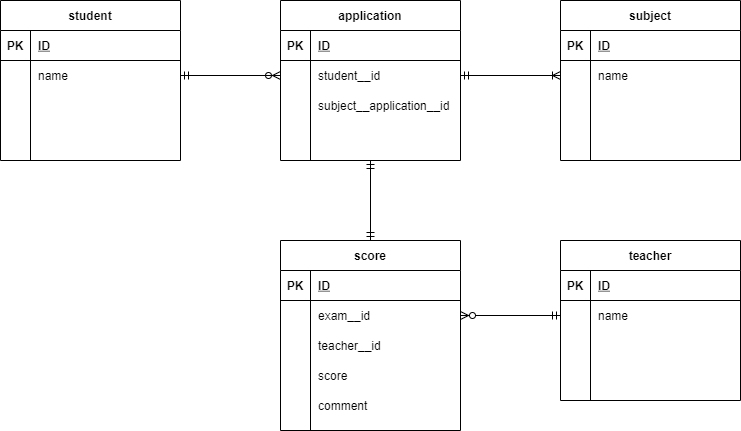
Before: index.drawio.png, a diagram exported from draw.io (Tommy-maple/Database). Source tidied: cells renumbered, new cells last; positions are measured from the earlier drawing's top-left corner, leaving out a move shared by most shapes.
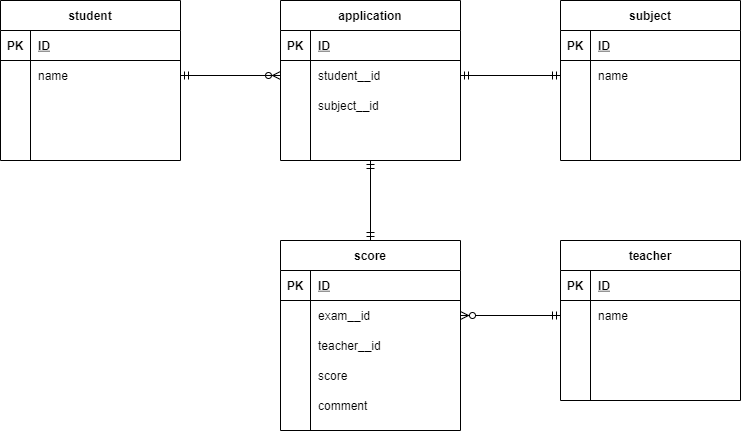
After the change.

Diff of the diagram source:
```diff
@@ -73,7 +73,7 @@
     <mxCell id="24" style="shape=partialRectangle;fillColor=none;top=0;left=0;bottom=0;right=0;overflow=hidden;" parent="23" vertex="1">
       <mxGeometry width="30" height="30" as="geometry" />
     </mxCell>
-    <mxCell id="25" value="subject__application__id" style="shape=partialRectangle;fillColor=none;top=0;left=0;bottom=0;right=0;align=left;spacingLeft=6;overflow=hidden;" parent="23" vertex="1">
+    <mxCell id="25" value="subject__id" style="shape=partialRectangle;fillColor=none;top=0;left=0;bottom=0;right=0;align=left;spacingLeft=6;overflow=hidden;" parent="23" vertex="1">
       <mxGeometry x="30" width="150" height="30" as="geometry" />
     </mxCell>
     <mxCell id="26" style="shape=partialRectangle;fillColor=none;top=0;left=0;bottom=0;right=0;" parent="16" vertex="1">
@@ -233,7 +233,7 @@
     <mxCell id="76" style="edgeStyle=orthogonalEdgeStyle;rounded=0;jettySize=auto;html=1;endArrow=ERmandOne;endFill=0;exitX=0;exitY=0.5;exitDx=0;exitDy=0;" parent="1" edge="1" source="65" target="20">
       <mxGeometry relative="1" as="geometry" />
     </mxCell>
-    <mxCell id="77" style="edgeStyle=orthogonalEdgeStyle;rounded=0;jettySize=auto;html=1;endArrow=ERoneToMany;endFill=0;" parent="1" edge="1" source="20">
+    <mxCell id="77" style="edgeStyle=orthogonalEdgeStyle;rounded=0;jettySize=auto;html=1;endArrow=ERmandOne;endFill=0;" parent="1" edge="1" source="20">
       <mxGeometry relative="1" as="geometry">
         <mxPoint x="560" y="75" as="targetPoint" />
       </mxGeometry>
```
